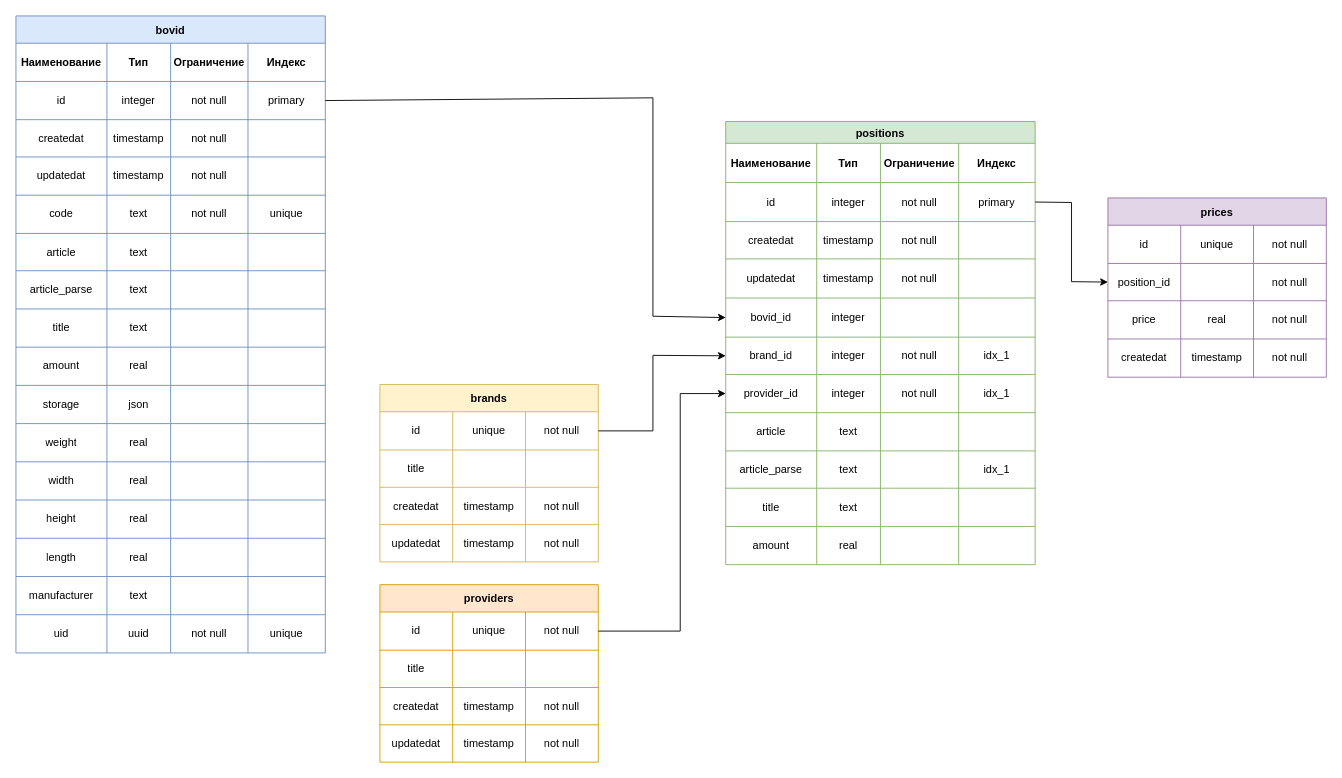
This is page "Page-1" (1 of 2) of docs/schema/db.drawio from GeoS74/bridge, a draw.io file, before an edit. Source tidied: cells renumbered, new cells numbered last; positions are measured from the earlier drawing's top-left corner, leaving out a move shared by most shapes. Both pictures are drawn from the tidied source at 91%, with x=0, y=0 at pixel (15, 15).
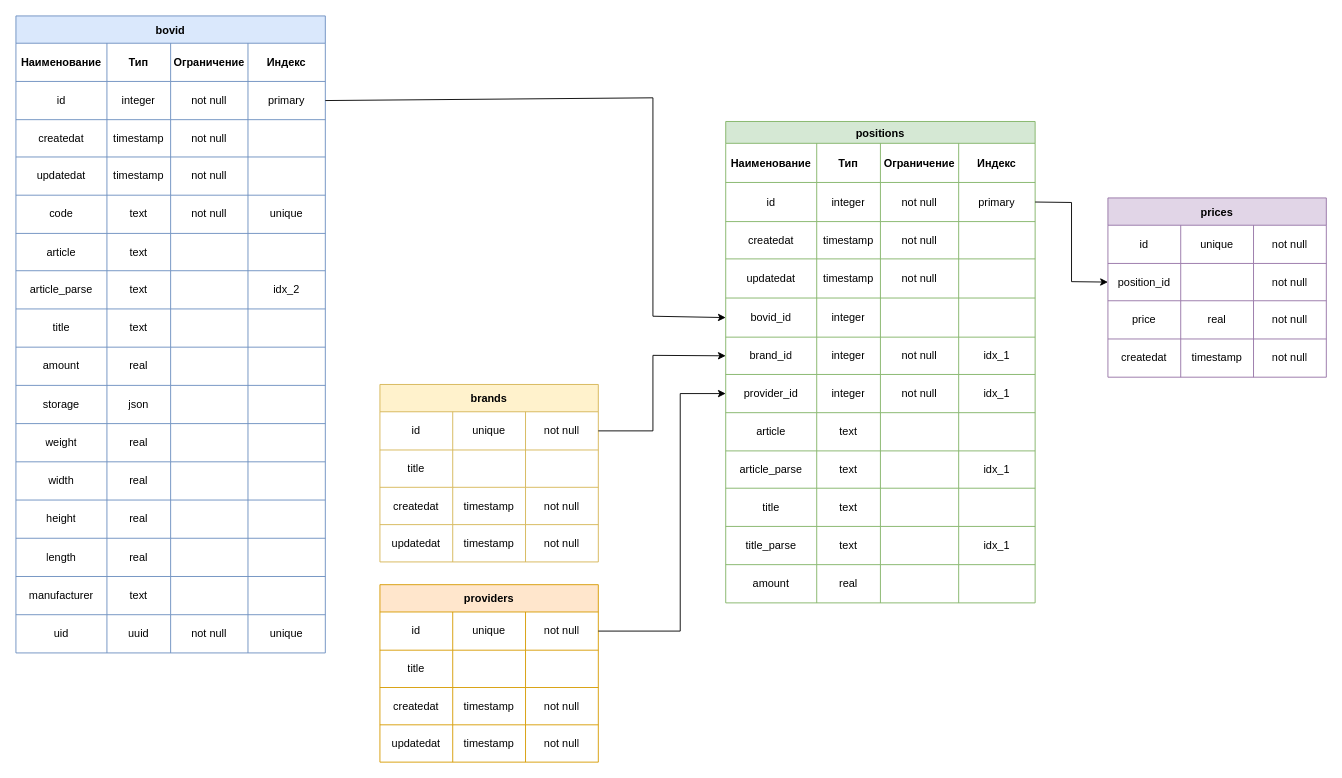
After the change.

The change refers to these unchanged cells:
```xml
<mxCell id="33" style="shape=tableRow;horizontal=0;startSize=0;swimlaneHead=0;swimlaneBody=0;top=0;left=0;bottom=0;right=0;fillColor=none;" parent="2" vertex="1">
  <mxGeometry y="280" width="340" height="42" as="geometry" />
</mxCell>
<mxCell id="134" style="shape=tableRow;horizontal=0;startSize=0;swimlaneHead=0;swimlaneBody=0;top=0;left=0;bottom=0;right=0;fillColor=none;" parent="83" vertex="1">
  <mxGeometry y="445" width="340" height="42" as="geometry" />
</mxCell>
```

Diff of the diagram source:
```diff
@@
-    <mxCell id="37" style="shape=partialRectangle;html=1;whiteSpace=wrap;fillColor=none;top=0;left=0;bottom=0;right=0;overflow=hidden;" parent="33" vertex="1">
+    <mxCell id="37" value="idx_2" style="shape=partialRectangle;html=1;whiteSpace=wrap;fillColor=none;top=0;left=0;bottom=0;right=0;overflow=hidden;" parent="33" vertex="1">
       <mxGeometry x="255" width="85" height="42" as="geometry" />
     </mxCell>
@@
     <mxCell id="83" value="positions" style="shape=table;startSize=24;childLayout=tableLayout;fontStyle=1;align=center;fillColor=#d5e8d4;strokeColor=#82b366;" parent="1" vertex="1">
-      <mxGeometry x="780" y="116" width="340" height="487" as="geometry" />
+      <mxGeometry x="780" y="116" width="340" height="529" as="geometry" />
     </mxCell>
@@
-    <mxCell id="135" value="amount" style="shape=partialRectangle;html=1;whiteSpace=wrap;fillColor=none;top=0;left=0;bottom=0;right=0;overflow=hidden;strokeColor=#b85450;" parent="134" vertex="1">
+    <mxCell id="135" value="title_parse" style="shape=partialRectangle;html=1;whiteSpace=wrap;fillColor=none;top=0;left=0;bottom=0;right=0;overflow=hidden;strokeColor=#b85450;" parent="134" vertex="1">
       <mxGeometry width="100" height="42" as="geometry" />
     </mxCell>
-    <mxCell id="136" value="real" style="shape=partialRectangle;html=1;whiteSpace=wrap;fillColor=none;top=0;left=0;bottom=0;right=0;overflow=hidden;strokeColor=#b85450;" parent="134" vertex="1">
+    <mxCell id="136" value="text" style="shape=partialRectangle;html=1;whiteSpace=wrap;fillColor=none;top=0;left=0;bottom=0;right=0;overflow=hidden;strokeColor=#b85450;" parent="134" vertex="1">
       <mxGeometry x="100" width="70" height="42" as="geometry" />
     </mxCell>
@@
-    <mxCell id="138" style="shape=partialRectangle;html=1;whiteSpace=wrap;fillColor=none;top=0;left=0;bottom=0;right=0;overflow=hidden;strokeColor=#b85450;" parent="134" vertex="1">
+    <mxCell id="138" value="idx_1" style="shape=partialRectangle;html=1;whiteSpace=wrap;fillColor=none;top=0;left=0;bottom=0;right=0;overflow=hidden;strokeColor=#b85450;" parent="134" vertex="1">
       <mxGeometry x="256" width="84" height="42" as="geometry" />
     </mxCell>
+    <mxCell id="194" style="shape=tableRow;horizontal=0;startSize=0;swimlaneHead=0;swimlaneBody=0;top=0;left=0;bottom=0;right=0;fillColor=none;" parent="83" vertex="1">
+      <mxGeometry y="487" width="340" height="42" as="geometry" />
+    </mxCell>
+    <mxCell id="195" value="amount" style="shape=partialRectangle;html=1;whiteSpace=wrap;fillColor=none;top=0;left=0;bottom=0;right=0;overflow=hidden;strokeColor=#b85450;" parent="194" vertex="1">
+      <mxGeometry width="100" height="42" as="geometry" />
+    </mxCell>
+    <mxCell id="196" value="real" style="shape=partialRectangle;html=1;whiteSpace=wrap;fillColor=none;top=0;left=0;bottom=0;right=0;overflow=hidden;strokeColor=#b85450;" parent="194" vertex="1">
+      <mxGeometry x="100" width="70" height="42" as="geometry" />
+    </mxCell>
+    <mxCell id="197" style="shape=partialRectangle;html=1;whiteSpace=wrap;fillColor=none;top=0;left=0;bottom=0;right=0;overflow=hidden;strokeColor=#b85450;" parent="194" vertex="1">
+      <mxGeometry x="170" width="86" height="42" as="geometry" />
+    </mxCell>
+    <mxCell id="198" style="shape=partialRectangle;html=1;whiteSpace=wrap;fillColor=none;top=0;left=0;bottom=0;right=0;overflow=hidden;strokeColor=#b85450;" parent="194" vertex="1">
+      <mxGeometry x="256" width="84" height="42" as="geometry" />
+    </mxCell>
```
